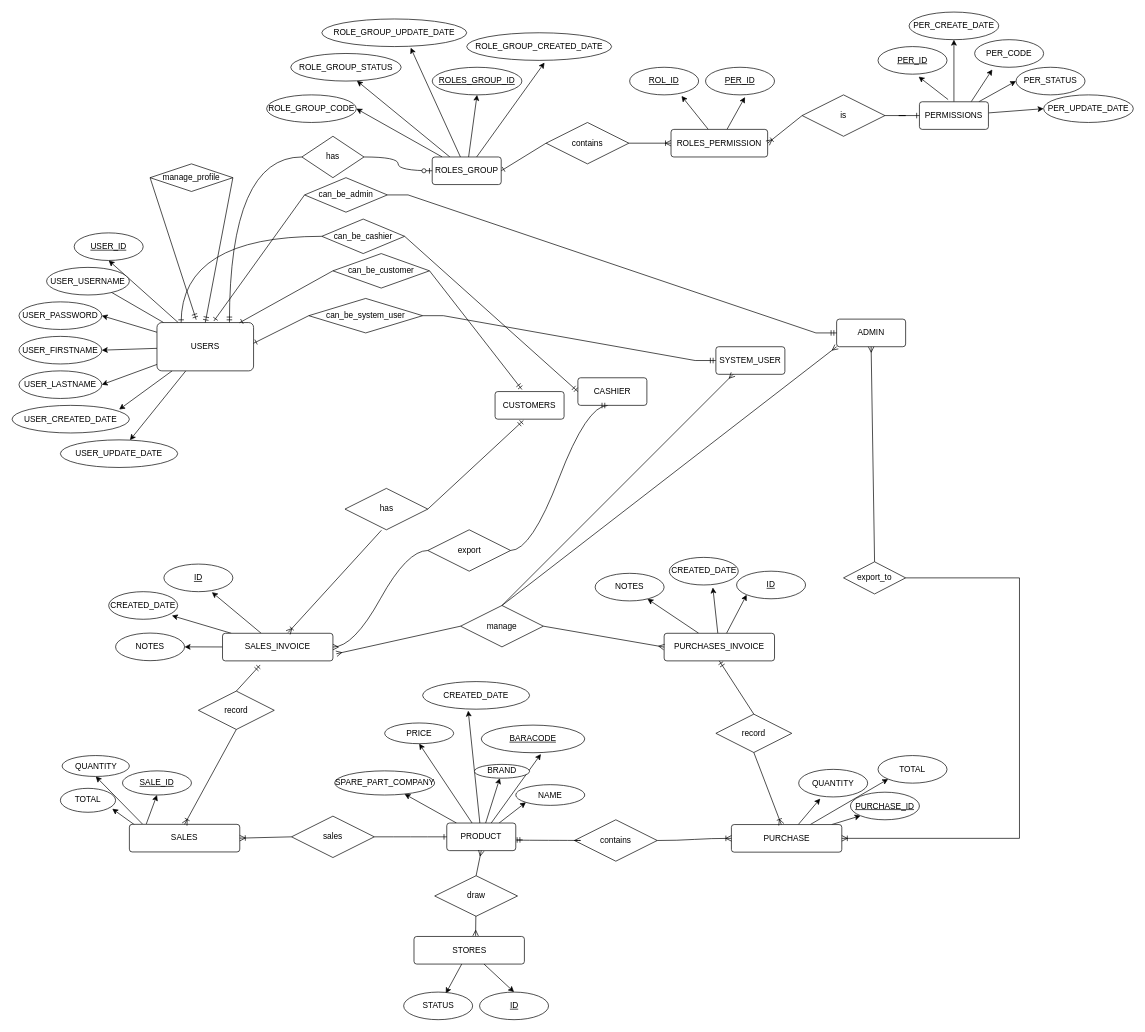
Before: spare_parts_erd/erd.drawio in MhdGmal1998/my_work_in_analysing_system-, a draw.io diagram. Source tidied: cells renumbered, new cells numbered last; positions are measured from the earlier drawing's top-left corner, leaving out a move shared by most shapes. Both pictures are drawn from the tidied source at 69%, with x=0, y=0 at pixel (12, 12).
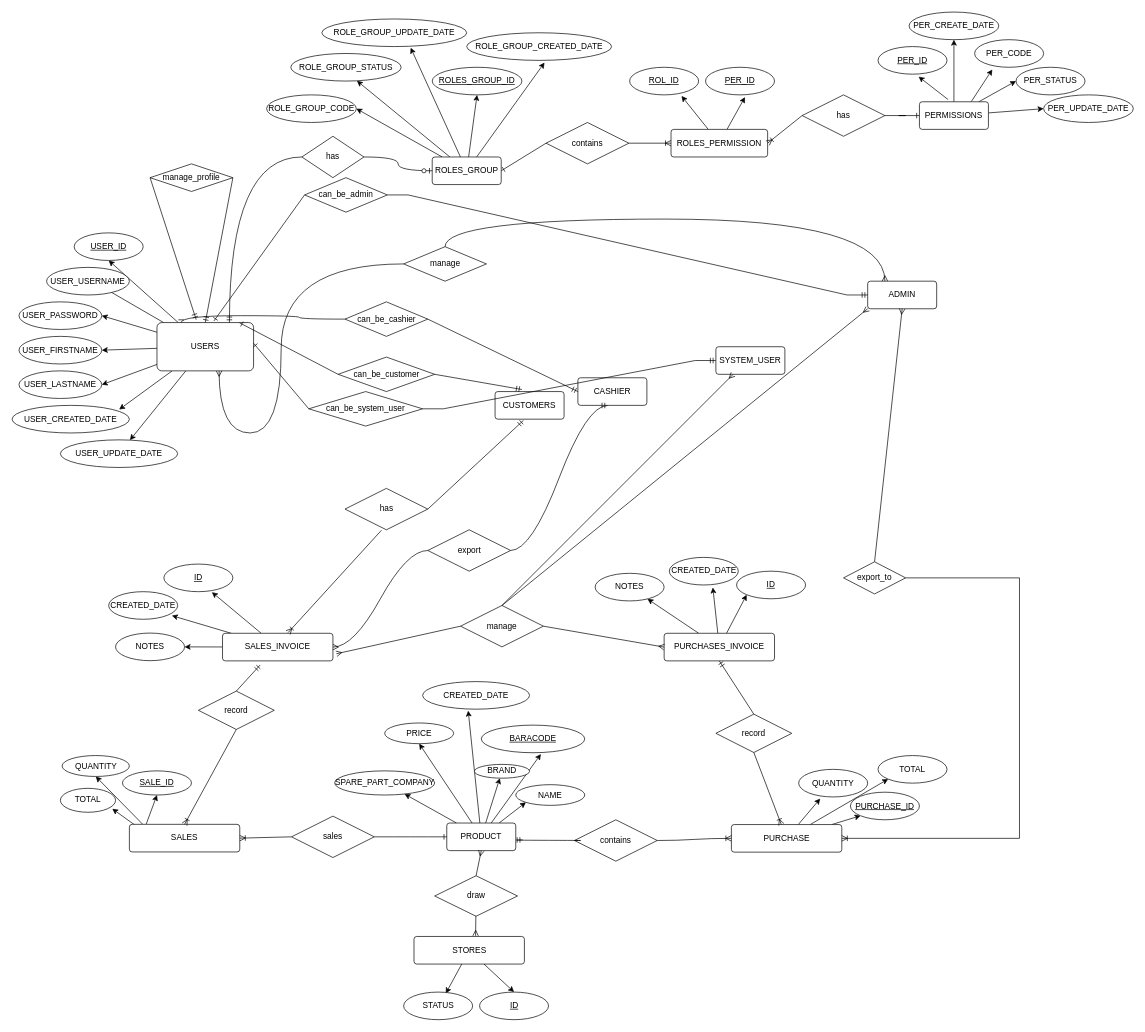
The same diagram, later.

Unchanged cells that the change refers to:
```xml
<mxCell id="10" value="USERS" style="rounded=1;arcSize=10;whiteSpace=wrap;html=1;align=center;" parent="1" vertex="1">
  <mxGeometry x="210" y="450" width="140" height="70" as="geometry" />
</mxCell>
```

The edit, as a diff of the source:
```diff
@@
-    <mxCell id="21" value="is" style="shape=rhombus;perimeter=rhombusPerimeter;whiteSpace=wrap;html=1;align=center;" parent="1" vertex="1">
+    <mxCell id="21" value="has" style="shape=rhombus;perimeter=rhombusPerimeter;whiteSpace=wrap;html=1;align=center;" parent="1" vertex="1">
       <mxGeometry x="1145" y="120" width="120" height="60" as="geometry" />
     </mxCell>
@@
     <mxCell id="53" value="can_be_cashier" style="shape=rhombus;perimeter=rhombusPerimeter;whiteSpace=wrap;html=1;align=center;" parent="1" vertex="1">
-      <mxGeometry x="448.9" y="300" width="120" height="50" as="geometry" />
+      <mxGeometry x="482.5" y="420" width="120" height="50" as="geometry" />
     </mxCell>
@@
     <mxCell id="55" value="can_be_customer" style="shape=rhombus;perimeter=rhombusPerimeter;whiteSpace=wrap;html=1;align=center;" parent="1" vertex="1">
-      <mxGeometry x="465" y="350" width="140" height="50" as="geometry" />
+      <mxGeometry x="472.5" y="500" width="140" height="50" as="geometry" />
     </mxCell>
@@
     <mxCell id="136" value="ADMIN" style="rounded=1;arcSize=10;whiteSpace=wrap;html=1;align=center;" parent="1" vertex="1">
-      <mxGeometry x="1195" y="445" width="100" height="40" as="geometry" />
+      <mxGeometry x="1240" y="390" width="100" height="40" as="geometry" />
     </mxCell>
@@
     <mxCell id="146" value="can_be_system_user" style="shape=rhombus;perimeter=rhombusPerimeter;whiteSpace=wrap;html=1;align=center;" parent="1" vertex="1">
-      <mxGeometry x="430" y="415" width="165" height="50" as="geometry" />
+      <mxGeometry x="430" y="550" width="165" height="50" as="geometry" />
     </mxCell>
@@
+    <mxCell id="151" value="manage" style="shape=rhombus;perimeter=rhombusPerimeter;whiteSpace=wrap;html=1;align=center;" parent="1" vertex="1">
+      <mxGeometry x="567.5" y="340" width="120" height="50" as="geometry" />
+    </mxCell>
+    <mxCell id="152" style="edgeStyle=orthogonalEdgeStyle;fontSize=12;html=1;endArrow=ERmany;rounded=0;curved=1;entryX=0.25;entryY=0;entryDx=0;entryDy=0;exitX=0.5;exitY=0;exitDx=0;exitDy=0;" parent="1" edge="1" source="151" target="136">
+      <mxGeometry relative="1" as="geometry">
+        <Array as="points">
+          <mxPoint x="628" y="300" />
+          <mxPoint x="1265" y="300" />
+        </Array>
+      </mxGeometry>
+    </mxCell>
+    <mxCell id="153" style="edgeStyle=orthogonalEdgeStyle;fontSize=12;html=1;endArrow=ERmany;rounded=0;curved=1;exitX=0;exitY=0.5;exitDx=0;exitDy=0;" parent="1" edge="1" source="151" target="10">
+      <mxGeometry relative="1" as="geometry">
+        <Array as="points">
+          <mxPoint x="390" y="365" />
+          <mxPoint x="390" y="610" />
+          <mxPoint x="300" y="610" />
+        </Array>
+      </mxGeometry>
+    </mxCell>
```
